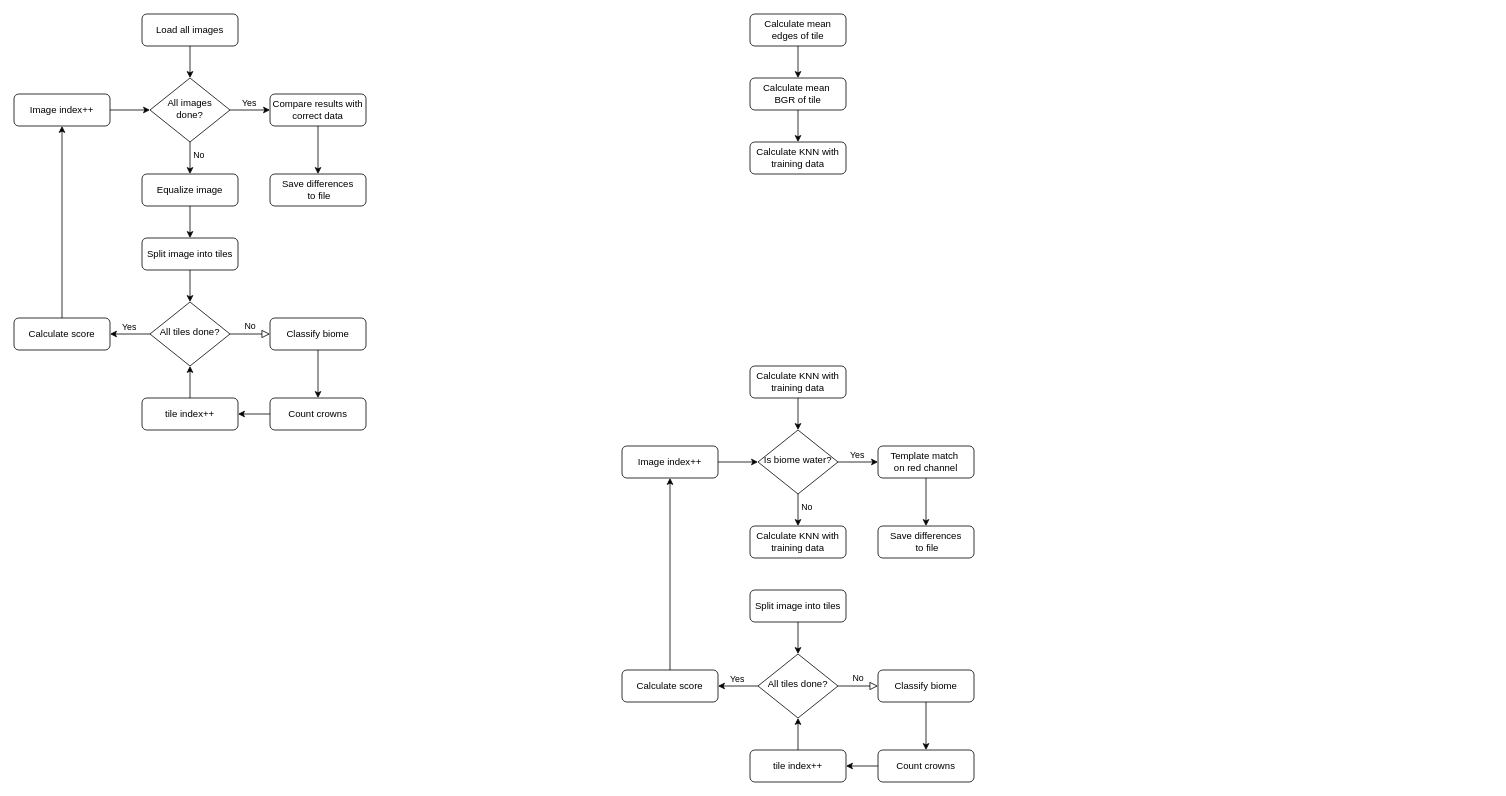
Before: Untitled Diagram.drawio in CasKK/image-perception---Kingdomino-point-count, a draw.io diagram. Source tidied: cells renumbered, new cells numbered last; positions are measured from the earlier drawing's top-left corner, leaving out a move shared by most shapes. Both pictures are drawn from the tidied source at 80%, with x=0, y=0 at pixel (14, 14).
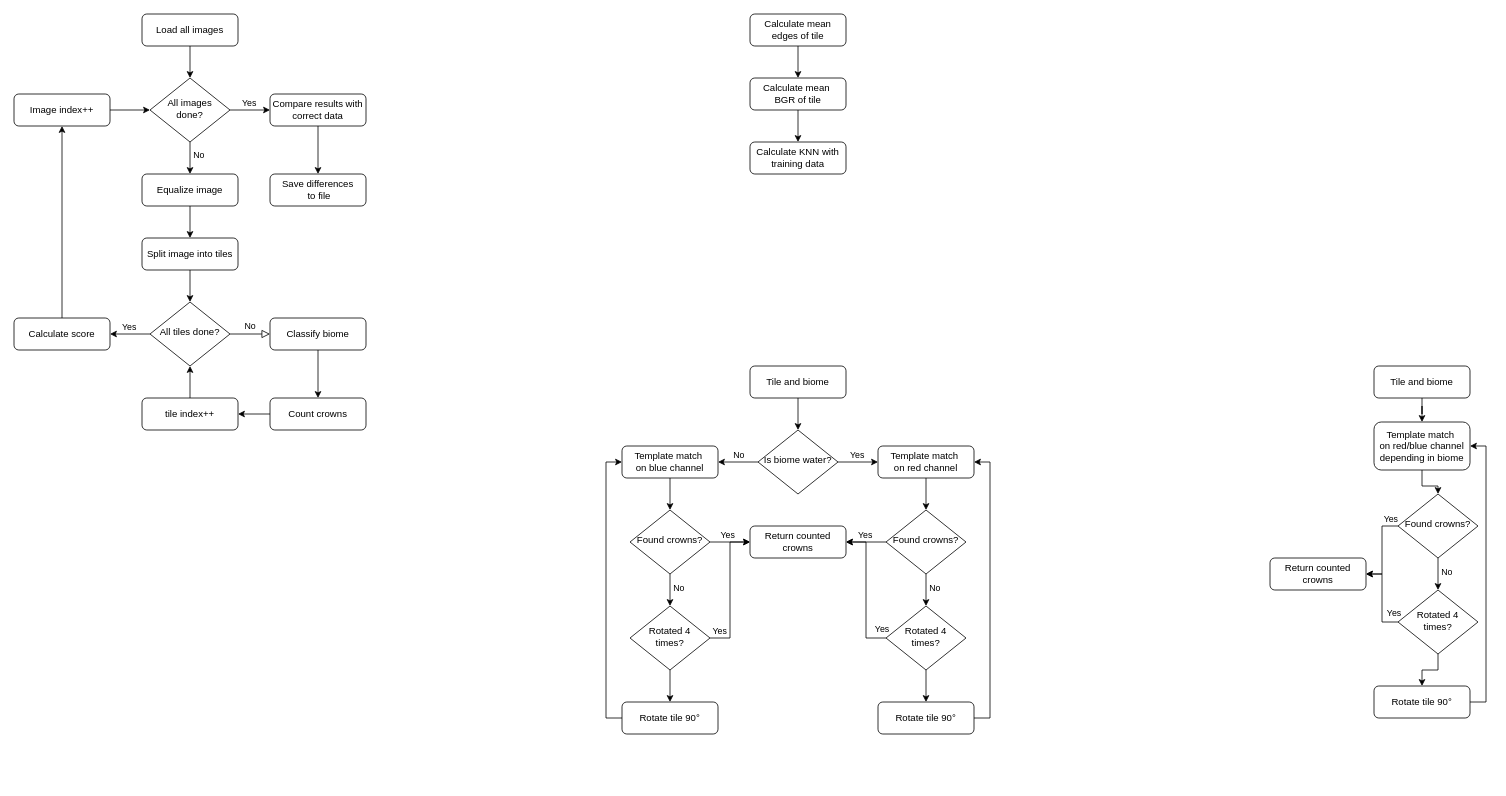
After the change.

Unchanged cells that the change refers to:
```xml
<mxCell id="52" value="Is biome water?" style="rhombus;whiteSpace=wrap;html=1;shadow=0;fontFamily=Helvetica;fontSize=12;align=center;strokeWidth=1;spacing=6;spacingTop=-4;" parent="1" vertex="1">
  <mxGeometry x="930" y="520" width="100" height="80" as="geometry" />
</mxCell>
<mxCell id="54" value="Template match&amp;nbsp;&lt;div&gt;on red channel&lt;/div&gt;" style="rounded=1;whiteSpace=wrap;html=1;" parent="1" vertex="1">
  <mxGeometry x="1080" y="540" width="120" height="40" as="geometry" />
</mxCell>
```

Change to the diagram source:
```diff
@@
-    <mxCell id="32" value="No" style="edgeStyle=orthogonalEdgeStyle;rounded=0;html=1;jettySize=auto;fontSize=11;endArrow=block;endFill=0;endSize=8;strokeWidth=1;shadow=0;labelBackgroundColor=none;entryX=0;entryY=0.5;entryDx=0;entryDy=0;" parent="1" edge="1" source="35" target="37">
-      <mxGeometry y="10" relative="1" as="geometry">
-        <Array as="points">
-          <mxPoint x="1080" y="840" />
-          <mxPoint x="1080" y="840" />
-        </Array>
-      </mxGeometry>
-    </mxCell>
@@
+    <mxCell id="62" style="edgeStyle=orthogonalEdgeStyle;rounded=0;jettySize=auto;html=1;exitX=0.5;exitY=1;exitDx=0;exitDy=0;entryX=0.5;entryY=0;entryDx=0;entryDy=0;" parent="1" edge="1" source="35" target="70">
+      <mxGeometry relative="1" as="geometry">
+        <Array as="points">
+          <mxPoint x="1140" y="710" />
+        </Array>
+      </mxGeometry>
+    </mxCell>
+    <mxCell id="63" value="No" style="edgeLabel;html=1;align=center;verticalAlign=middle;labelBackgroundColor=none;" parent="62" vertex="1">
+      <mxGeometry x="-0.17" y="-1" relative="1" as="geometry">
+        <mxPoint x="11" as="offset" />
+      </mxGeometry>
+    </mxCell>
-    <mxCell id="35" value="All tiles done?" style="rhombus;whiteSpace=wrap;html=1;shadow=0;fontFamily=Helvetica;fontSize=12;align=center;strokeWidth=1;spacing=6;spacingTop=-4;" parent="1" vertex="1">
-      <mxGeometry x="930" y="800" width="100" height="80" as="geometry" />
+    <mxCell id="35" value="Found crowns?" style="rhombus;whiteSpace=wrap;html=1;shadow=0;fontFamily=Helvetica;fontSize=12;align=center;strokeWidth=1;spacing=6;spacingTop=-4;" parent="1" vertex="1">
+      <mxGeometry x="1090" y="620" width="100" height="80" as="geometry" />
     </mxCell>
-    <mxCell id="36" style="edgeStyle=orthogonalEdgeStyle;rounded=0;jettySize=auto;html=1;exitX=0.5;exitY=1;exitDx=0;exitDy=0;entryX=0.5;entryY=0;entryDx=0;entryDy=0;" parent="1" edge="1" source="37" target="41">
-      <mxGeometry relative="1" as="geometry" />
-    </mxCell>
+    <mxCell id="64" style="edgeStyle=orthogonalEdgeStyle;rounded=0;jettySize=auto;html=1;exitX=1;exitY=0.5;exitDx=0;exitDy=0;entryX=1;entryY=0.5;entryDx=0;entryDy=0;" parent="1" edge="1" source="37" target="54">
+      <mxGeometry relative="1" as="geometry" />
+    </mxCell>
-    <mxCell id="37" value="Classify biome" style="rounded=1;whiteSpace=wrap;html=1;fontSize=12;glass=0;strokeWidth=1;shadow=0;" parent="1" vertex="1">
-      <mxGeometry x="1080" y="820" width="120" height="40" as="geometry" />
+    <mxCell id="37" value="Rotate tile 90°" style="rounded=1;whiteSpace=wrap;html=1;fontSize=12;glass=0;strokeWidth=1;shadow=0;" parent="1" vertex="1">
+      <mxGeometry x="1080" y="860" width="120" height="40" as="geometry" />
     </mxCell>
-    <mxCell id="38" style="edgeStyle=orthogonalEdgeStyle;rounded=0;jettySize=auto;html=1;exitX=0.5;exitY=0;exitDx=0;exitDy=0;entryX=0.5;entryY=1;entryDx=0;entryDy=0;" parent="1" edge="1" source="39" target="47">
-      <mxGeometry relative="1" as="geometry" />
-    </mxCell>
-    <mxCell id="39" value="Calculate score" style="rounded=1;whiteSpace=wrap;html=1;fontSize=12;glass=0;strokeWidth=1;shadow=0;" parent="1" vertex="1">
-      <mxGeometry x="760" y="820" width="120" height="40" as="geometry" />
+    <mxCell id="39" value="Return counted crowns" style="rounded=1;whiteSpace=wrap;html=1;fontSize=12;glass=0;strokeWidth=1;shadow=0;" parent="1" vertex="1">
+      <mxGeometry x="920" y="640" width="120" height="40" as="geometry" />
     </mxCell>
-    <mxCell id="40" style="edgeStyle=orthogonalEdgeStyle;rounded=0;jettySize=auto;html=1;exitX=0;exitY=0.5;exitDx=0;exitDy=0;entryX=1;entryY=0.5;entryDx=0;entryDy=0;" parent="1" edge="1" source="41" target="45">
-      <mxGeometry relative="1" as="geometry" />
-    </mxCell>
-    <mxCell id="41" value="Count crowns" style="rounded=1;whiteSpace=wrap;html=1;fontSize=12;glass=0;strokeWidth=1;shadow=0;" parent="1" vertex="1">
-      <mxGeometry x="1080" y="920" width="120" height="40" as="geometry" />
-    </mxCell>
-    <mxCell id="42" style="edgeStyle=orthogonalEdgeStyle;rounded=0;jettySize=auto;html=1;exitX=0.5;exitY=1;exitDx=0;exitDy=0;entryX=0.5;entryY=0;entryDx=0;entryDy=0;" parent="1" edge="1" source="43" target="35">
-      <mxGeometry relative="1" as="geometry" />
-    </mxCell>
-    <mxCell id="43" value="Split image into tiles" style="rounded=1;whiteSpace=wrap;html=1;" parent="1" vertex="1">
-      <mxGeometry x="920" y="720" width="120" height="40" as="geometry" />
-    </mxCell>
-    <mxCell id="44" style="edgeStyle=orthogonalEdgeStyle;rounded=0;jettySize=auto;html=1;exitX=0.5;exitY=0;exitDx=0;exitDy=0;entryX=0.5;entryY=1;entryDx=0;entryDy=0;" parent="1" edge="1" source="45" target="35">
-      <mxGeometry relative="1" as="geometry" />
-    </mxCell>
-    <mxCell id="45" value="tile index++" style="rounded=1;whiteSpace=wrap;html=1;fontSize=12;glass=0;strokeWidth=1;shadow=0;" parent="1" vertex="1">
-      <mxGeometry x="920" y="920" width="120" height="40" as="geometry" />
-    </mxCell>
-    <mxCell id="46" style="edgeStyle=orthogonalEdgeStyle;rounded=0;jettySize=auto;html=1;exitX=1;exitY=0.5;exitDx=0;exitDy=0;entryX=0;entryY=0.5;entryDx=0;entryDy=0;" parent="1" edge="1" source="47" target="52">
-      <mxGeometry relative="1" as="geometry" />
-    </mxCell>
-    <mxCell id="47" value="Image index++" style="rounded=1;whiteSpace=wrap;html=1;" parent="1" vertex="1">
-      <mxGeometry x="760" y="540" width="120" height="40" as="geometry" />
-    </mxCell>
-    <mxCell id="48" style="edgeStyle=orthogonalEdgeStyle;rounded=0;jettySize=auto;html=1;exitX=0.5;exitY=1;exitDx=0;exitDy=0;entryX=0.5;entryY=0;entryDx=0;entryDy=0;" parent="1" edge="1" source="52" target="61">
-      <mxGeometry relative="1" as="geometry" />
-    </mxCell>
-    <mxCell id="49" value="No" style="edgeLabel;html=1;align=center;verticalAlign=middle;labelBackgroundColor=none;" parent="48" vertex="1">
-      <mxGeometry x="-0.26" relative="1" as="geometry">
-        <mxPoint x="10" as="offset" />
-      </mxGeometry>
-    </mxCell>
@@
+    <mxCell id="48" style="edgeStyle=orthogonalEdgeStyle;rounded=0;jettySize=auto;html=1;exitX=0;exitY=0.5;exitDx=0;exitDy=0;entryX=1;entryY=0.5;entryDx=0;entryDy=0;" parent="1" edge="1" source="52" target="61">
+      <mxGeometry relative="1" as="geometry" />
+    </mxCell>
+    <mxCell id="65" value="No" style="edgeLabel;html=1;align=center;verticalAlign=middle;labelBackgroundColor=none;" parent="48" vertex="1">
+      <mxGeometry x="0.01" y="-2" relative="1" as="geometry">
+        <mxPoint y="-8" as="offset" />
+      </mxGeometry>
+    </mxCell>
@@
-    <mxCell id="53" style="edgeStyle=orthogonalEdgeStyle;rounded=0;jettySize=auto;html=1;exitX=0.5;exitY=1;exitDx=0;exitDy=0;entryX=0.5;entryY=0;entryDx=0;entryDy=0;" parent="1" edge="1" source="54" target="55">
-      <mxGeometry relative="1" as="geometry" />
-    </mxCell>
+    <mxCell id="66" style="edgeStyle=orthogonalEdgeStyle;rounded=0;jettySize=auto;html=1;exitX=0.5;exitY=1;exitDx=0;exitDy=0;entryX=0.5;entryY=0;entryDx=0;entryDy=0;" parent="1" edge="1" source="54" target="35">
+      <mxGeometry relative="1" as="geometry" />
+    </mxCell>
@@
-    <mxCell id="55" value="Save differences&lt;div&gt;&amp;nbsp;to file&lt;/div&gt;" style="rounded=1;whiteSpace=wrap;html=1;" parent="1" vertex="1">
-      <mxGeometry x="1080" y="640" width="120" height="40" as="geometry" />
-    </mxCell>
@@
-    <mxCell id="60" value="Calculate KNN with training data" style="rounded=1;whiteSpace=wrap;html=1;" parent="1" vertex="1">
+    <mxCell id="60" value="Tile and biome" style="rounded=1;whiteSpace=wrap;html=1;" parent="1" vertex="1">
       <mxGeometry x="920" y="440" width="120" height="40" as="geometry" />
     </mxCell>
+    <mxCell id="67" style="edgeStyle=orthogonalEdgeStyle;rounded=0;jettySize=auto;html=1;" parent="1" edge="1" source="61" target="75">
+      <mxGeometry relative="1" as="geometry" />
+    </mxCell>
-    <mxCell id="61" value="Calculate KNN with training data" style="rounded=1;whiteSpace=wrap;html=1;" parent="1" vertex="1">
-      <mxGeometry x="920" y="640" width="120" height="40" as="geometry" />
+    <mxCell id="61" value="Template match&amp;nbsp;&lt;div&gt;on blue&amp;nbsp;&lt;span style=&quot;background-color: transparent; color: light-dark(rgb(0, 0, 0), rgb(255, 255, 255));&quot;&gt;channel&lt;/span&gt;&lt;/div&gt;" style="rounded=1;whiteSpace=wrap;html=1;" parent="1" vertex="1">
+      <mxGeometry x="760" y="540" width="120" height="40" as="geometry" />
     </mxCell>
+    <mxCell id="68" style="edgeStyle=orthogonalEdgeStyle;rounded=0;jettySize=auto;html=1;exitX=0.5;exitY=1;exitDx=0;exitDy=0;entryX=0.5;entryY=0;entryDx=0;entryDy=0;" parent="1" edge="1" source="70" target="37">
+      <mxGeometry relative="1" as="geometry" />
+    </mxCell>
+    <mxCell id="69" style="edgeStyle=orthogonalEdgeStyle;rounded=0;jettySize=auto;html=1;exitX=0;exitY=0.5;exitDx=0;exitDy=0;entryX=1;entryY=0.5;entryDx=0;entryDy=0;" parent="1" edge="1" source="70" target="39">
+      <mxGeometry relative="1" as="geometry" />
+    </mxCell>
+    <mxCell id="70" value="Rotated 4 times?" style="rhombus;whiteSpace=wrap;html=1;shadow=0;fontFamily=Helvetica;fontSize=12;align=center;strokeWidth=1;spacing=6;spacingTop=-4;" parent="1" vertex="1">
+      <mxGeometry x="1090" y="740" width="100" height="80" as="geometry" />
+    </mxCell>
+    <mxCell id="71" style="edgeStyle=orthogonalEdgeStyle;rounded=0;jettySize=auto;html=1;exitX=0.5;exitY=1;exitDx=0;exitDy=0;entryX=0.5;entryY=0;entryDx=0;entryDy=0;" parent="1" edge="1" source="75" target="80">
+      <mxGeometry relative="1" as="geometry">
+        <Array as="points">
+          <mxPoint x="820" y="710" />
+        </Array>
+      </mxGeometry>
+    </mxCell>
+    <mxCell id="72" value="No" style="edgeLabel;html=1;align=center;verticalAlign=middle;labelBackgroundColor=none;" parent="71" vertex="1">
+      <mxGeometry x="-0.17" y="-1" relative="1" as="geometry">
+        <mxPoint x="11" as="offset" />
+      </mxGeometry>
+    </mxCell>
+    <mxCell id="73" style="edgeStyle=orthogonalEdgeStyle;rounded=0;jettySize=auto;html=1;" parent="1" edge="1" source="75" target="39">
+      <mxGeometry relative="1" as="geometry" />
+    </mxCell>
+    <mxCell id="74" value="Yes" style="edgeLabel;html=1;align=center;verticalAlign=middle;labelBackgroundColor=none;" parent="73" vertex="1">
+      <mxGeometry x="0.31" y="-2" relative="1" as="geometry">
+        <mxPoint x="-12" y="-12" as="offset" />
+      </mxGeometry>
+    </mxCell>
+    <mxCell id="75" value="Found crowns?" style="rhombus;whiteSpace=wrap;html=1;shadow=0;fontFamily=Helvetica;fontSize=12;align=center;strokeWidth=1;spacing=6;spacingTop=-4;" parent="1" vertex="1">
+      <mxGeometry x="770" y="620" width="100" height="80" as="geometry" />
+    </mxCell>
+    <mxCell id="76" style="edgeStyle=orthogonalEdgeStyle;rounded=0;jettySize=auto;html=1;exitX=0;exitY=0.5;exitDx=0;exitDy=0;entryX=0;entryY=0.5;entryDx=0;entryDy=0;" parent="1" edge="1" source="77" target="61">
+      <mxGeometry relative="1" as="geometry" />
+    </mxCell>
+    <mxCell id="77" value="Rotate tile 90°" style="rounded=1;whiteSpace=wrap;html=1;fontSize=12;glass=0;strokeWidth=1;shadow=0;" parent="1" vertex="1">
+      <mxGeometry x="760" y="860" width="120" height="40" as="geometry" />
+    </mxCell>
+    <mxCell id="78" style="edgeStyle=orthogonalEdgeStyle;rounded=0;jettySize=auto;html=1;exitX=0.5;exitY=1;exitDx=0;exitDy=0;entryX=0.5;entryY=0;entryDx=0;entryDy=0;" parent="1" edge="1" source="80" target="77">
+      <mxGeometry relative="1" as="geometry" />
+    </mxCell>
+    <mxCell id="79" style="edgeStyle=orthogonalEdgeStyle;rounded=0;jettySize=auto;html=1;exitX=1;exitY=0.5;exitDx=0;exitDy=0;entryX=0;entryY=0.5;entryDx=0;entryDy=0;" parent="1" edge="1" source="80" target="39">
+      <mxGeometry relative="1" as="geometry" />
+    </mxCell>
+    <mxCell id="80" value="Rotated 4 times?" style="rhombus;whiteSpace=wrap;html=1;shadow=0;fontFamily=Helvetica;fontSize=12;align=center;strokeWidth=1;spacing=6;spacingTop=-4;" parent="1" vertex="1">
+      <mxGeometry x="770" y="740" width="100" height="80" as="geometry" />
+    </mxCell>
+    <mxCell id="81" value="Yes" style="edgeLabel;html=1;align=center;verticalAlign=middle;labelBackgroundColor=none;" parent="1" vertex="1">
+      <mxGeometry x="880" y="760" as="geometry">
+        <mxPoint x="1" y="10" as="offset" />
+      </mxGeometry>
+    </mxCell>
+    <mxCell id="82" value="Yes" style="edgeLabel;html=1;align=center;verticalAlign=middle;labelBackgroundColor=none;" parent="1" vertex="1">
+      <mxGeometry x="1080" y="770" as="geometry">
+        <mxPoint x="4" y="-2" as="offset" />
+      </mxGeometry>
+    </mxCell>
+    <mxCell id="83" style="edgeStyle=orthogonalEdgeStyle;rounded=0;jettySize=auto;html=1;exitX=0;exitY=0.5;exitDx=0;exitDy=0;entryX=1;entryY=0.5;entryDx=0;entryDy=0;labelBackgroundColor=none;" parent="1" edge="1" source="87" target="90">
+      <mxGeometry relative="1" as="geometry" />
+    </mxCell>
+    <mxCell id="84" value="Yes" style="edgeLabel;html=1;align=center;verticalAlign=middle;labelBackgroundColor=none;" parent="83" vertex="1">
+      <mxGeometry x="0.07" y="-2" relative="1" as="geometry">
+        <mxPoint x="12" y="-44" as="offset" />
+      </mxGeometry>
+    </mxCell>
+    <mxCell id="85" style="edgeStyle=orthogonalEdgeStyle;rounded=0;jettySize=auto;html=1;exitX=0.5;exitY=1;exitDx=0;exitDy=0;entryX=0.5;entryY=0;entryDx=0;entryDy=0;" parent="1" edge="1" source="87" target="97">
+      <mxGeometry relative="1" as="geometry">
+        <Array as="points">
+          <mxPoint x="1780" y="690" />
+        </Array>
+      </mxGeometry>
+    </mxCell>
+    <mxCell id="86" value="No" style="edgeLabel;html=1;align=center;verticalAlign=middle;labelBackgroundColor=none;" parent="85" vertex="1">
+      <mxGeometry x="-0.17" y="-1" relative="1" as="geometry">
+        <mxPoint x="11" as="offset" />
+      </mxGeometry>
+    </mxCell>
+    <mxCell id="87" value="Found crowns?" style="rhombus;whiteSpace=wrap;html=1;shadow=0;fontFamily=Helvetica;fontSize=12;align=center;strokeWidth=1;spacing=6;spacingTop=-4;" parent="1" vertex="1">
+      <mxGeometry x="1730" y="600" width="100" height="80" as="geometry" />
+    </mxCell>
+    <mxCell id="88" style="edgeStyle=orthogonalEdgeStyle;rounded=0;jettySize=auto;html=1;exitX=1;exitY=0.5;exitDx=0;exitDy=0;entryX=1;entryY=0.5;entryDx=0;entryDy=0;" parent="1" edge="1" source="89" target="92">
+      <mxGeometry relative="1" as="geometry" />
+    </mxCell>
+    <mxCell id="89" value="Rotate tile 90°" style="rounded=1;whiteSpace=wrap;html=1;fontSize=12;glass=0;strokeWidth=1;shadow=0;" parent="1" vertex="1">
+      <mxGeometry x="1700" y="840" width="120" height="40" as="geometry" />
+    </mxCell>
+    <mxCell id="90" value="Return counted crowns" style="rounded=1;whiteSpace=wrap;html=1;fontSize=12;glass=0;strokeWidth=1;shadow=0;" parent="1" vertex="1">
+      <mxGeometry x="1570" y="680" width="120" height="40" as="geometry" />
+    </mxCell>
+    <mxCell id="91" style="edgeStyle=orthogonalEdgeStyle;rounded=0;jettySize=auto;html=1;" parent="1" edge="1" source="92" target="87">
+      <mxGeometry relative="1" as="geometry" />
+    </mxCell>
+    <mxCell id="92" value="Template match&amp;nbsp;&lt;div&gt;on red/blue channel depending in biome&lt;/div&gt;" style="rounded=1;whiteSpace=wrap;html=1;" parent="1" vertex="1">
+      <mxGeometry x="1700" y="510" width="120" height="60" as="geometry" />
+    </mxCell>
+    <mxCell id="93" style="edgeStyle=orthogonalEdgeStyle;rounded=0;jettySize=auto;html=1;" parent="1" edge="1" source="94" target="92">
+      <mxGeometry relative="1" as="geometry" />
+    </mxCell>
+    <mxCell id="94" value="Tile and biome" style="rounded=1;whiteSpace=wrap;html=1;" parent="1" vertex="1">
+      <mxGeometry x="1700" y="440" width="120" height="40" as="geometry" />
+    </mxCell>
+    <mxCell id="95" style="edgeStyle=orthogonalEdgeStyle;rounded=0;jettySize=auto;html=1;exitX=0;exitY=0.5;exitDx=0;exitDy=0;entryX=1;entryY=0.5;entryDx=0;entryDy=0;" parent="1" edge="1" source="97" target="90">
+      <mxGeometry relative="1" as="geometry" />
+    </mxCell>
+    <mxCell id="96" style="edgeStyle=orthogonalEdgeStyle;rounded=0;jettySize=auto;html=1;" parent="1" edge="1" source="97" target="89">
+      <mxGeometry relative="1" as="geometry" />
+    </mxCell>
+    <mxCell id="97" value="Rotated 4 times?" style="rhombus;whiteSpace=wrap;html=1;shadow=0;fontFamily=Helvetica;fontSize=12;align=center;strokeWidth=1;spacing=6;spacingTop=-4;" parent="1" vertex="1">
+      <mxGeometry x="1730" y="720" width="100" height="80" as="geometry" />
+    </mxCell>
+    <mxCell id="98" value="Yes" style="edgeLabel;html=1;align=center;verticalAlign=middle;labelBackgroundColor=none;" parent="1" vertex="1">
+      <mxGeometry x="1720" y="750" as="geometry">
+        <mxPoint x="4" y="-2" as="offset" />
+      </mxGeometry>
+    </mxCell>
+    <mxCell id="99" style="edgeStyle=orthogonalEdgeStyle;rounded=0;orthogonalLoop=1;jettySize=auto;html=1;exitX=0.5;exitY=1;exitDx=0;exitDy=0;" parent="1" edge="1" source="94" target="94">
+      <mxGeometry relative="1" as="geometry" />
+    </mxCell>
```
